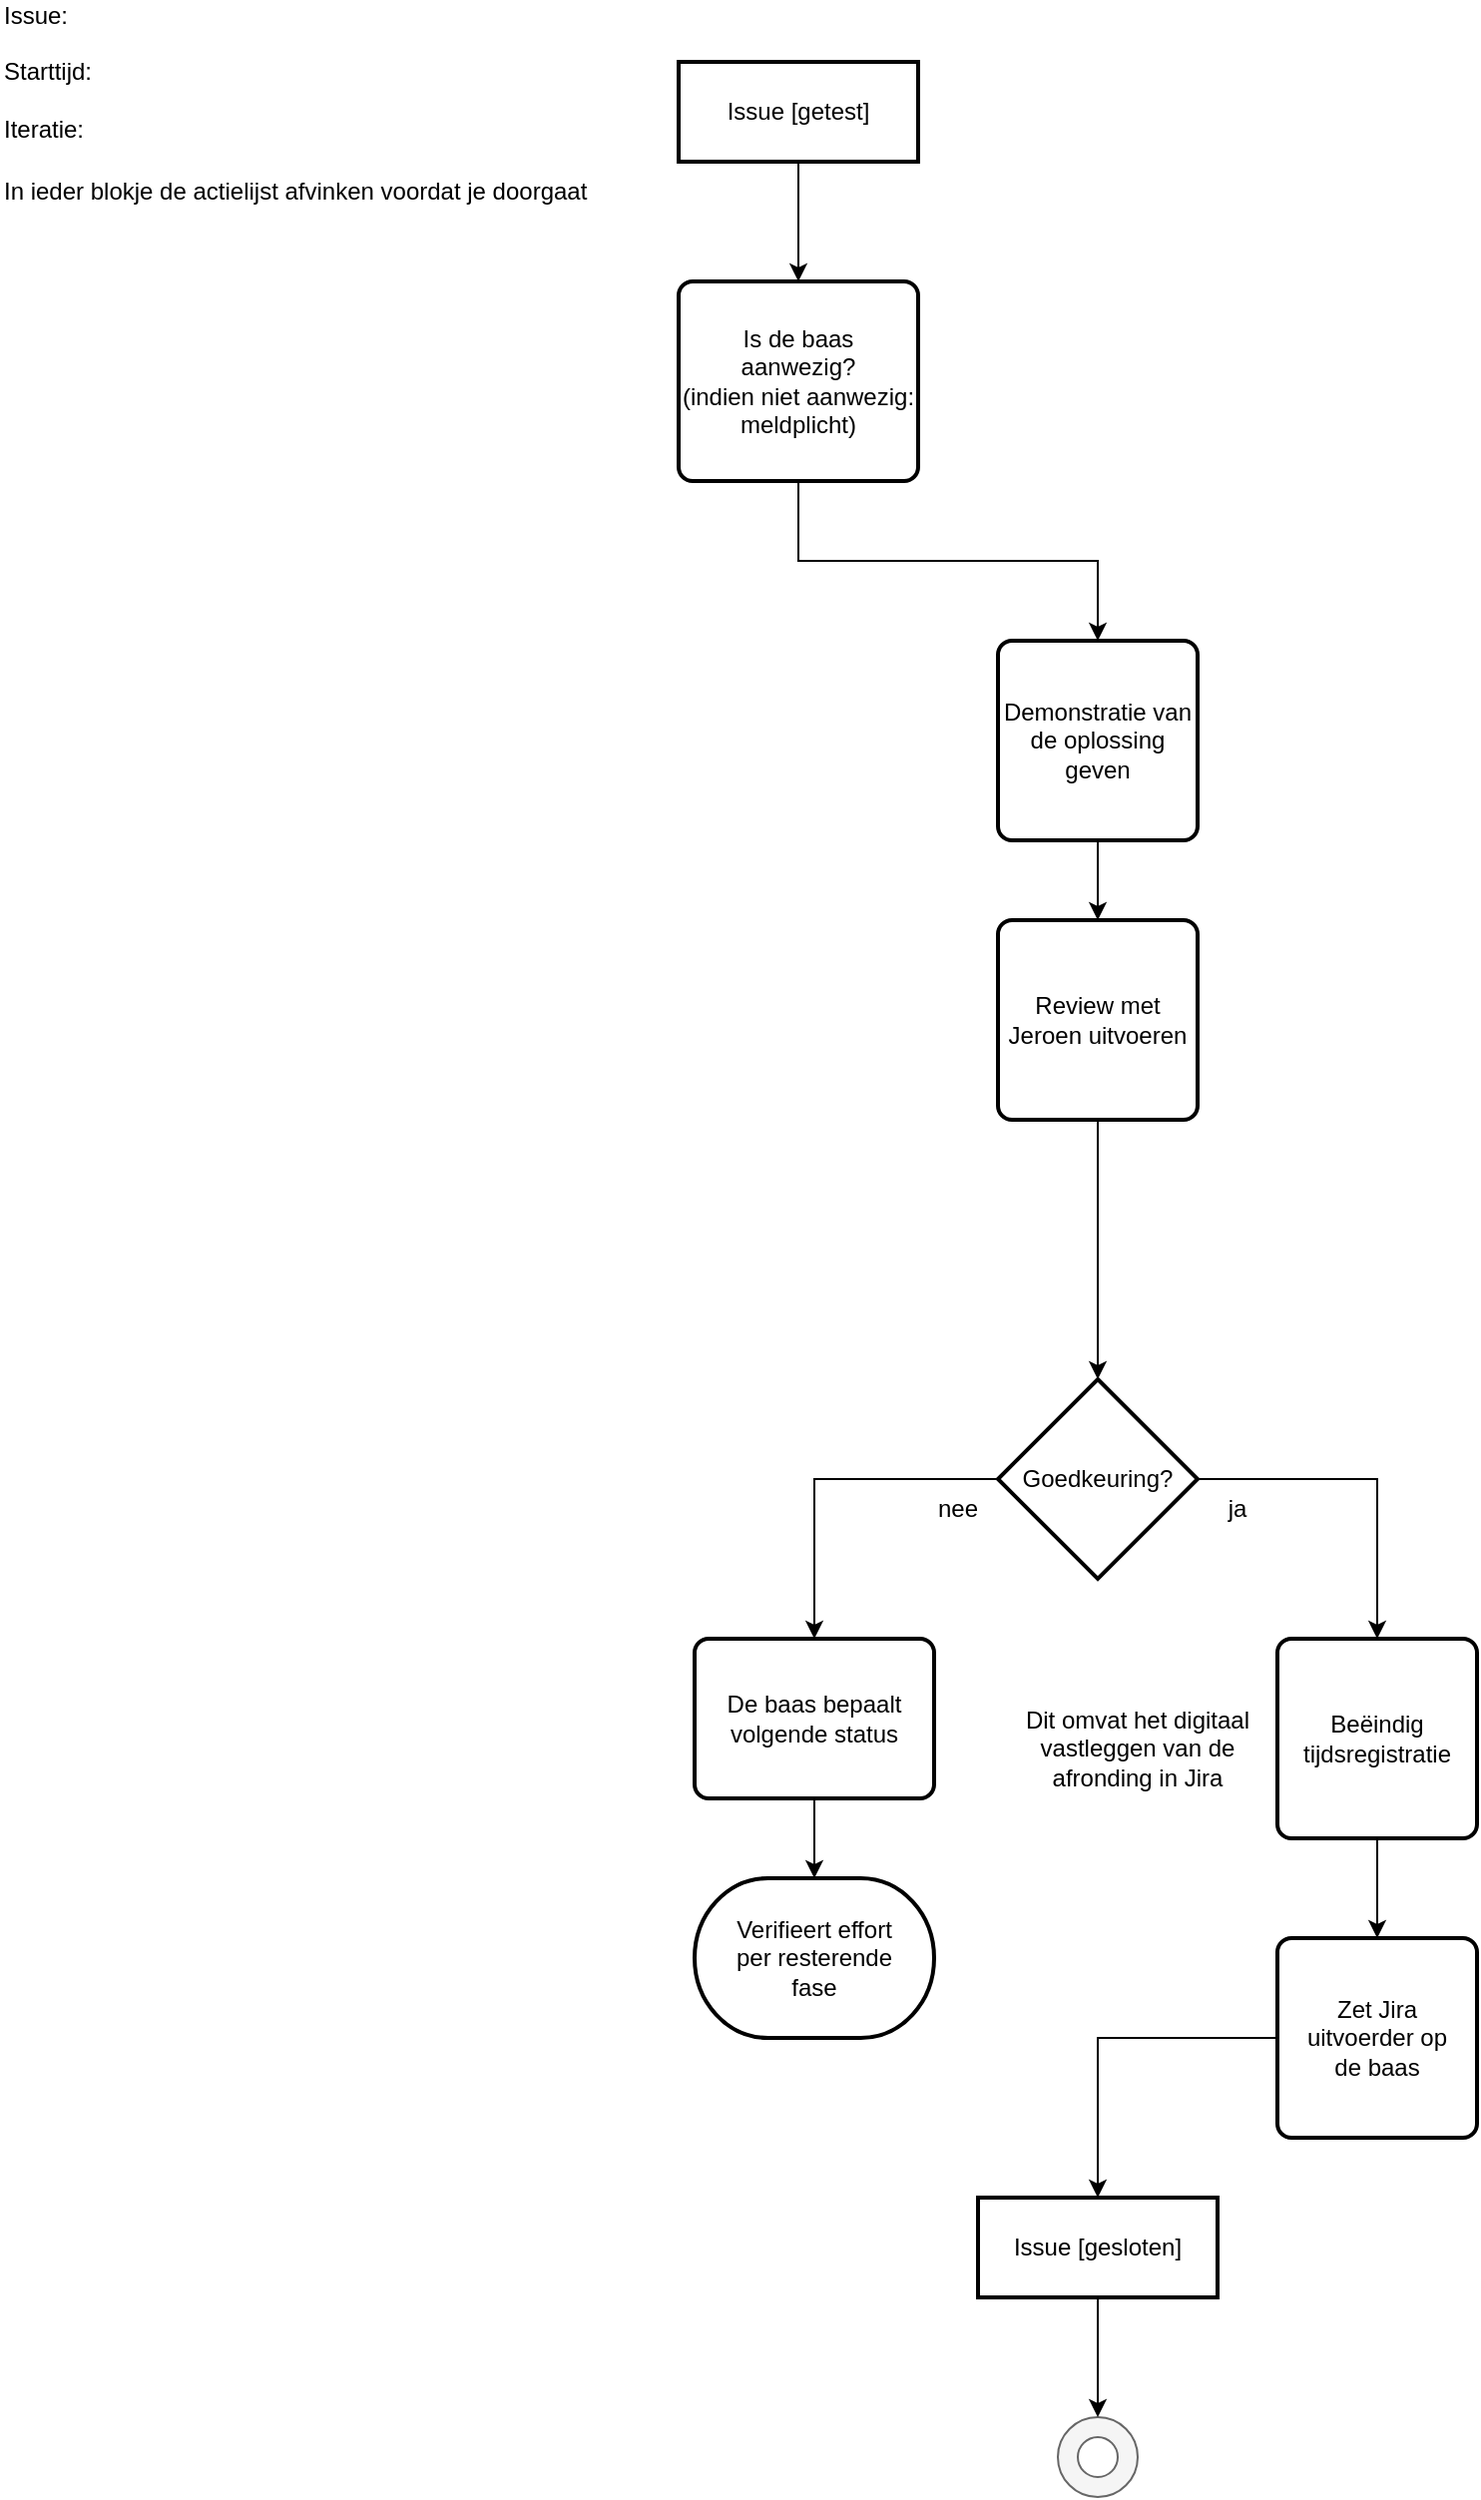
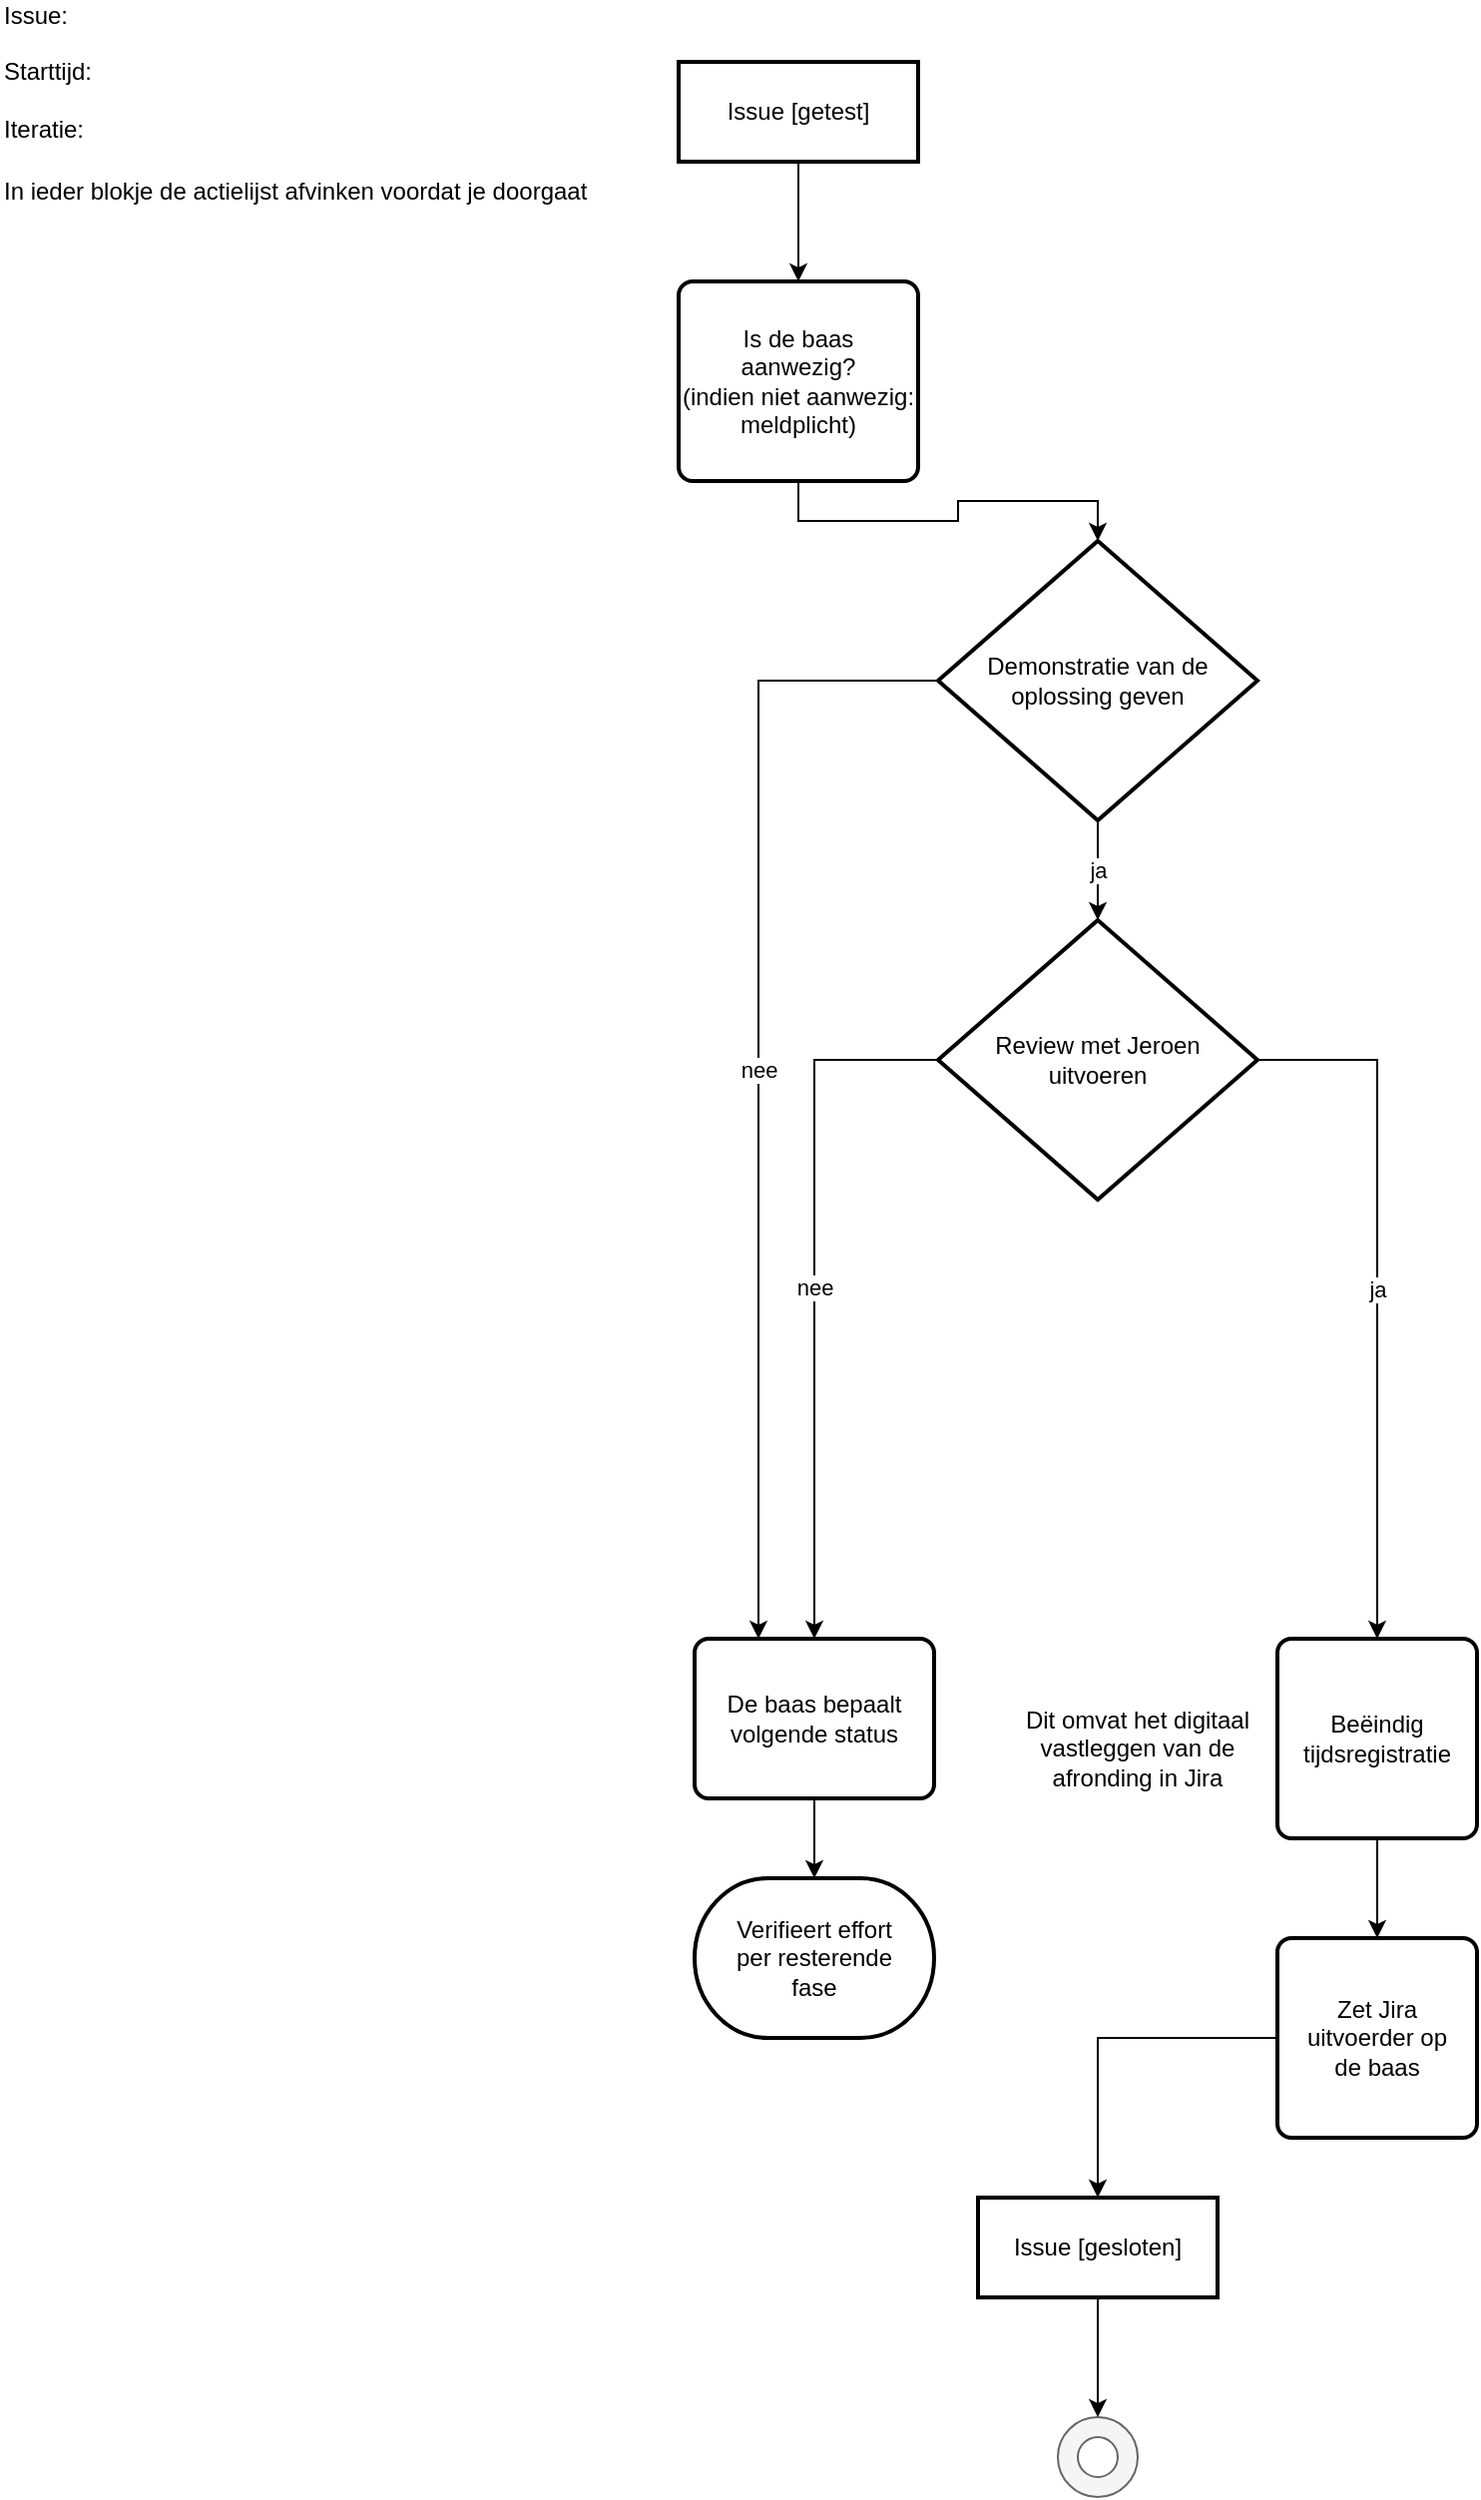
<mxfile host="Electron" agent="Mozilla/5.0 (Windows NT 10.0; Win64; x64) AppleWebKit/537.36 (KHTML, like Gecko) Chrome/143.0.0.0 Safari/537.36">
  <diagram name="Page-1" id="OA8Psgw5BU6XrezAwxYp">
-     <mxGraphModel dx="842" dy="576" grid="1" gridSize="10" guides="1" tooltips="1" connect="1" arrows="1" fold="1" page="1" pageScale="1" pageWidth="827" pageHeight="1169" math="0" shadow="0">
+     <mxGraphModel dx="1825" dy="1248" grid="1" gridSize="10" guides="1" tooltips="1" connect="1" arrows="1" fold="1" page="1" pageScale="1" pageWidth="827" pageHeight="1169" math="0" shadow="0">
      <root>
        <mxCell id="0" />
        <mxCell id="1" parent="0" />
        <mxCell id="mpQzUtWff58q1bPTKcpG-1" edge="1" parent="1" source="mpQzUtWff58q1bPTKcpG-2" style="edgeStyle=orthogonalEdgeStyle;rounded=0;orthogonalLoop=1;jettySize=auto;html=1;entryX=0.5;entryY=0;entryDx=0;entryDy=0;" target="mpQzUtWff58q1bPTKcpG-4" value="">
          <mxGeometry relative="1" as="geometry" />
        </mxCell>
        <object label="Issue [getest]" Action="1001" id="mpQzUtWff58q1bPTKcpG-2">
          <mxCell parent="1" style="rounded=0;whiteSpace=wrap;html=1;strokeWidth=2;" vertex="1">
            <mxGeometry height="50" width="120" x="350" y="40" as="geometry" />
          </mxCell>
        </object>
        <mxCell id="mpQzUtWff58q1bPTKcpG-3" edge="1" parent="1" source="mpQzUtWff58q1bPTKcpG-4" style="edgeStyle=orthogonalEdgeStyle;rounded=0;orthogonalLoop=1;jettySize=auto;html=1;exitX=0.5;exitY=1;exitDx=0;exitDy=0;entryX=0.5;entryY=0;entryDx=0;entryDy=0;" target="mpQzUtWff58q1bPTKcpG-18">
          <mxGeometry relative="1" as="geometry" />
        </mxCell>
        <object label="Is de baas&lt;br&gt;aanwezig?&lt;br&gt;(indien niet aanwezig:&lt;br&gt;meldplicht)" Action="1002" id="mpQzUtWff58q1bPTKcpG-4">
          <mxCell parent="1" style="rounded=1;whiteSpace=wrap;html=1;absoluteArcSize=1;arcSize=14;strokeWidth=2;" vertex="1">
            <mxGeometry height="100" width="120" x="350" y="150" as="geometry" />
          </mxCell>
        </object>
-         <object label="Goedkeuring?" Action="1007" id="mpQzUtWff58q1bPTKcpG-11">
-           <mxCell parent="1" style="strokeWidth=2;html=1;shape=mxgraph.flowchart.decision;whiteSpace=wrap;" vertex="1">
-             <mxGeometry height="100" width="100" x="510" y="700" as="geometry" />
-           </mxCell>
-         </object>
-         <mxCell id="mpQzUtWff58q1bPTKcpG-12" edge="1" parent="1" source="mpQzUtWff58q1bPTKcpG-11" style="edgeStyle=orthogonalEdgeStyle;rounded=0;orthogonalLoop=1;jettySize=auto;html=1;exitX=1;exitY=0.5;exitDx=0;exitDy=0;exitPerimeter=0;entryX=0.5;entryY=0;entryDx=0;entryDy=0;" target="mpQzUtWff58q1bPTKcpG-20">
-           <mxGeometry relative="1" as="geometry" />
-         </mxCell>
-         <mxCell id="mpQzUtWff58q1bPTKcpG-13" parent="1" style="text;html=1;whiteSpace=wrap;strokeColor=none;fillColor=none;align=center;verticalAlign=middle;rounded=0;" value="ja" vertex="1">
-           <mxGeometry height="30" width="60" x="600" y="750" as="geometry" />
-         </mxCell>
        <object label="De baas bepaalt&lt;br&gt;volgende status" Action="1007F" id="mpQzUtWff58q1bPTKcpG-14">
          <mxCell parent="1" style="rounded=1;whiteSpace=wrap;html=1;absoluteArcSize=1;arcSize=14;strokeWidth=2;" vertex="1">
            <mxGeometry height="80" width="120" x="358" y="830" as="geometry" />
          </mxCell>
        </object>
-         <mxCell id="mpQzUtWff58q1bPTKcpG-15" edge="1" parent="1" source="mpQzUtWff58q1bPTKcpG-11" style="edgeStyle=orthogonalEdgeStyle;rounded=0;orthogonalLoop=1;jettySize=auto;html=1;exitX=0;exitY=0.5;exitDx=0;exitDy=0;exitPerimeter=0;entryX=0.5;entryY=0;entryDx=0;entryDy=0;" target="mpQzUtWff58q1bPTKcpG-14">
+         <mxCell id="mpQzUtWff58q1bPTKcpG-17" edge="1" parent="1" source="mpQzUtWff58q1bPTKcpG-18" style="edgeStyle=orthogonalEdgeStyle;rounded=0;orthogonalLoop=1;jettySize=auto;html=1;exitX=0.5;exitY=1;exitDx=0;exitDy=0;entryX=0.5;entryY=0;entryDx=0;entryDy=0;" target="mpQzUtWff58q1bPTKcpG-28" value="ja">
          <mxGeometry relative="1" as="geometry" />
        </mxCell>
-         <mxCell id="mpQzUtWff58q1bPTKcpG-16" parent="1" style="text;html=1;whiteSpace=wrap;strokeColor=none;fillColor=none;align=center;verticalAlign=middle;rounded=0;" value="nee" vertex="1">
-           <mxGeometry height="30" width="60" x="460" y="750" as="geometry" />
-         </mxCell>
-         <mxCell id="mpQzUtWff58q1bPTKcpG-17" edge="1" parent="1" source="mpQzUtWff58q1bPTKcpG-18" style="edgeStyle=orthogonalEdgeStyle;rounded=0;orthogonalLoop=1;jettySize=auto;html=1;exitX=0.5;exitY=1;exitDx=0;exitDy=0;entryX=0.5;entryY=0;entryDx=0;entryDy=0;" target="mpQzUtWff58q1bPTKcpG-28" value="">
-           <mxGeometry relative="1" as="geometry" />
+         <mxCell id="mpQzUtWff58q1bPTKcpG-17_nee" edge="1" parent="1" source="mpQzUtWff58q1bPTKcpG-18" style="edgeStyle=orthogonalEdgeStyle;rounded=0;orthogonalLoop=1;jettySize=auto;html=1;exitX=0;exitY=0.5;exitDx=0;exitDy=0;" value="nee">
+           <mxGeometry relative="1" as="geometry">
+             <Array as="points">
+               <mxPoint x="390" y="350" />
+             </Array>
+             <mxPoint x="390" y="830" as="targetPoint" />
+           </mxGeometry>
        </mxCell>
        <object label="Demonstratie van de oplossing geven" Action="1004" id="mpQzUtWff58q1bPTKcpG-18">
-           <mxCell parent="1" style="rounded=1;whiteSpace=wrap;html=1;absoluteArcSize=1;arcSize=14;strokeWidth=2;" vertex="1">
-             <mxGeometry height="100" width="100" x="510" y="330" as="geometry" />
+           <mxCell parent="1" style="strokeWidth=2;html=1;shape=mxgraph.flowchart.decision;whiteSpace=wrap;" vertex="1">
+             <mxGeometry height="140" width="160" x="480" y="280" as="geometry" />
          </mxCell>
        </object>
        <mxCell id="mpQzUtWff58q1bPTKcpG-19" edge="1" parent="1" source="mpQzUtWff58q1bPTKcpG-20" style="edgeStyle=orthogonalEdgeStyle;rounded=0;orthogonalLoop=1;jettySize=auto;html=1;" target="mpQzUtWff58q1bPTKcpG-22" value="">
          <mxGeometry relative="1" as="geometry" />
        </mxCell>
        <object label="Beëindig&lt;br&gt;tijdsregistratie" Action="1007T" id="mpQzUtWff58q1bPTKcpG-20">
          <mxCell parent="1" style="rounded=1;whiteSpace=wrap;html=1;absoluteArcSize=1;arcSize=14;strokeWidth=2;" vertex="1">
            <mxGeometry height="100" width="100" x="650" y="830" as="geometry" />
          </mxCell>
        </object>
        <mxCell id="mpQzUtWff58q1bPTKcpG-21" parent="1" style="text;html=1;whiteSpace=wrap;strokeColor=none;fillColor=none;align=center;verticalAlign=middle;rounded=0;" value="Dit omvat het digitaal vastleggen van de afronding in Jira" vertex="1">
          <mxGeometry height="30" width="120" x="520" y="870" as="geometry" />
        </mxCell>
        <object label="Zet Jira&lt;br&gt;uitvoerder op&lt;br&gt;de baas" Action="1008" id="mpQzUtWff58q1bPTKcpG-22">
          <mxCell parent="1" style="rounded=1;whiteSpace=wrap;html=1;absoluteArcSize=1;arcSize=14;strokeWidth=2;" vertex="1">
            <mxGeometry height="100" width="100" x="650" y="980" as="geometry" />
          </mxCell>
        </object>
        <mxCell id="mpQzUtWff58q1bPTKcpG-23" parent="1" style="verticalLabelPosition=bottom;verticalAlign=top;html=1;shape=mxgraph.basic.donut;dx=10;fillColor=#f5f5f5;strokeColor=#666666;fontColor=#333333;" value="" vertex="1">
          <mxGeometry height="40" width="40" x="540" y="1220" as="geometry" />
        </mxCell>
        <mxCell id="mpQzUtWff58q1bPTKcpG-24" edge="1" parent="1" source="mpQzUtWff58q1bPTKcpG-22" style="edgeStyle=orthogonalEdgeStyle;rounded=0;orthogonalLoop=1;jettySize=auto;html=1;exitX=0;exitY=0.5;exitDx=0;exitDy=0;entryX=0.5;entryY=0;entryDx=0;entryDy=0;" target="object_final_gesloten">
          <mxGeometry relative="1" as="geometry" />
        </mxCell>
        <object label="Issue [gesloten]" id="object_final_gesloten">
          <mxCell parent="1" style="rounded=0;whiteSpace=wrap;html=1;strokeWidth=2;" vertex="1">
            <mxGeometry height="50" width="120" x="500" y="1110" as="geometry" />
          </mxCell>
        </object>
        <mxCell id="edge_gesloten_to_final" edge="1" parent="1" source="object_final_gesloten" style="edgeStyle=orthogonalEdgeStyle;rounded=0;orthogonalLoop=1;jettySize=auto;html=1;" target="mpQzUtWff58q1bPTKcpG-23" value="">
          <mxGeometry relative="1" as="geometry" />
        </mxCell>
        <mxCell id="mpQzUtWff58q1bPTKcpG-25" parent="1" style="text;html=1;align=left;verticalAlign=middle;whiteSpace=wrap;rounded=0;" value="Issue:&amp;nbsp; &amp;nbsp;&lt;br&gt;&lt;br&gt;Starttijd:&lt;br&gt;&lt;br&gt;Iteratie:&amp;nbsp;" vertex="1">
          <mxGeometry height="30" width="60" x="10" y="30" as="geometry" />
        </mxCell>
        <mxCell id="mpQzUtWff58q1bPTKcpG-26" parent="1" style="text;html=1;whiteSpace=wrap;strokeColor=none;fillColor=none;align=left;verticalAlign=middle;rounded=0;labelPosition=center;verticalLabelPosition=middle;" value="In ieder blokje de actielijst afvinken voordat je doorgaat" vertex="1">
          <mxGeometry height="30" width="300" x="10" y="90" as="geometry" />
        </mxCell>
-         <mxCell id="mpQzUtWff58q1bPTKcpG-27" edge="1" parent="1" source="mpQzUtWff58q1bPTKcpG-28" style="edgeStyle=orthogonalEdgeStyle;rounded=0;orthogonalLoop=1;jettySize=auto;html=1;exitX=0.5;exitY=1;exitDx=0;exitDy=0;entryX=0.5;entryY=0;entryDx=0;entryDy=0;" target="mpQzUtWff58q1bPTKcpG-11" value="">
+         <mxCell id="mpQzUtWff58q1bPTKcpG-27" edge="1" parent="1" source="mpQzUtWff58q1bPTKcpG-28" style="edgeStyle=orthogonalEdgeStyle;rounded=0;orthogonalLoop=1;jettySize=auto;html=1;exitX=1;exitY=0.5;exitDx=0;exitDy=0;entryX=0.5;entryY=0;entryDx=0;entryDy=0;" target="mpQzUtWff58q1bPTKcpG-20" value="ja">
          <mxGeometry relative="1" as="geometry" />
        </mxCell>
-         <object label="Review met Jeroen uitvoeren" Action="1005" id="mpQzUtWff58q1bPTKcpG-28">
-           <mxCell parent="1" style="rounded=1;whiteSpace=wrap;html=1;absoluteArcSize=1;arcSize=14;strokeWidth=2;" vertex="1">
-             <mxGeometry height="100" width="100" x="510" y="470" as="geometry" />
+         <mxCell id="mpQzUtWff58q1bPTKcpG-27_nee" edge="1" parent="1" source="mpQzUtWff58q1bPTKcpG-28" style="edgeStyle=orthogonalEdgeStyle;rounded=0;orthogonalLoop=1;jettySize=auto;html=1;exitX=0;exitY=0.5;exitDx=0;exitDy=0;entryX=0.5;entryY=0;entryDx=0;entryDy=0;" target="mpQzUtWff58q1bPTKcpG-14" value="nee">
+           <mxGeometry relative="1" as="geometry" />
+         </mxCell>
+         <object label="Review met Jeroen&lt;div&gt;uitvoeren&lt;/div&gt;" Action="1005" id="mpQzUtWff58q1bPTKcpG-28">
+           <mxCell parent="1" style="strokeWidth=2;html=1;shape=mxgraph.flowchart.decision;whiteSpace=wrap;" vertex="1">
+             <mxGeometry height="140" width="160" x="480" y="470" as="geometry" />
          </mxCell>
        </object>
        <object label="Verifieert effort&lt;br&gt;per resterende&lt;br&gt;fase" Action="1007G" id="mpQzUtWff58q1bPTKcpG-33">
          <mxCell parent="1" style="strokeWidth=2;html=1;shape=mxgraph.flowchart.terminator;whiteSpace=wrap;" vertex="1">
            <mxGeometry height="80" width="120" x="358" y="950" as="geometry" />
          </mxCell>
        </object>
        <mxCell id="mpQzUtWff58q1bPTKcpG-34" edge="1" parent="1" source="mpQzUtWff58q1bPTKcpG-14" style="edgeStyle=orthogonalEdgeStyle;rounded=0;orthogonalLoop=1;jettySize=auto;html=1;exitX=0.5;exitY=1;exitDx=0;exitDy=0;entryX=0.5;entryY=0;entryDx=0;entryDy=0;" target="mpQzUtWff58q1bPTKcpG-33">
          <mxGeometry relative="1" as="geometry" />
        </mxCell>
      </root>
    </mxGraphModel>
  </diagram>
</mxfile>
